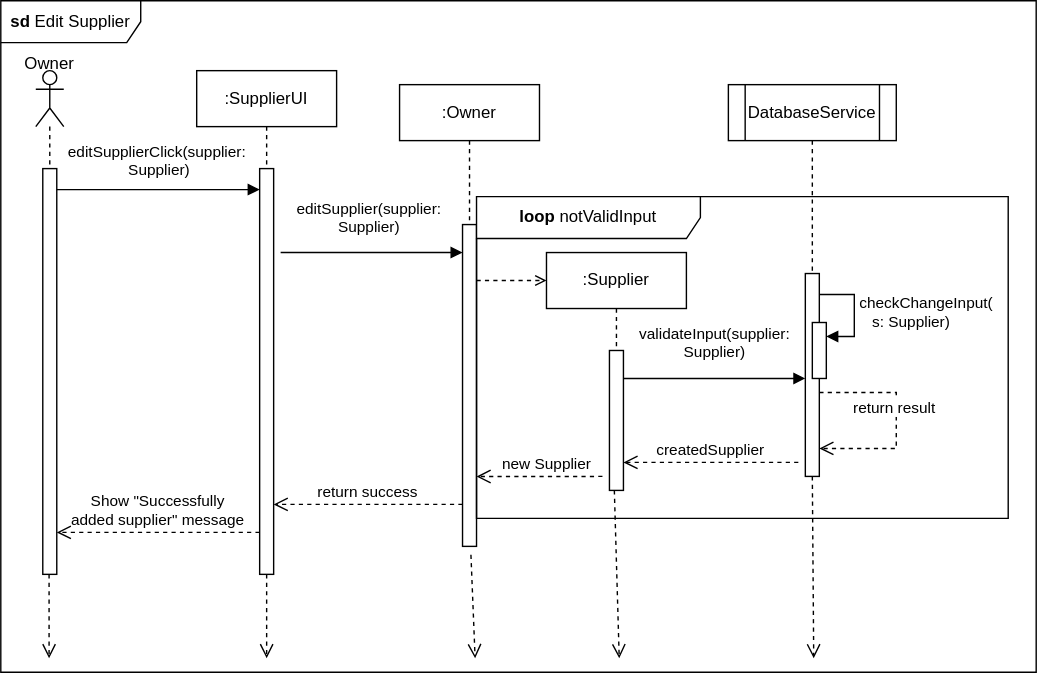
Earlier version of the draw.io export edit_sup.svg (Simamkele88/IFM3_GP). Source tidied: cells renumbered, new cells last; positions are measured from the earlier drawing's top-left corner, leaving out a move shared by most shapes.
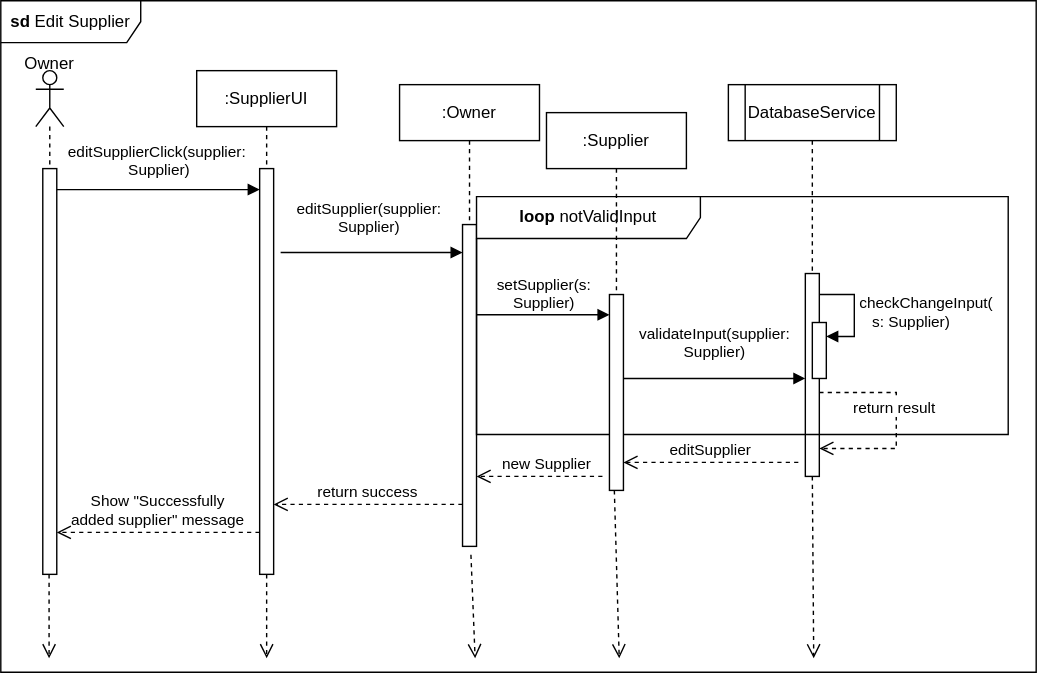
The same file after the commit.

Change to the diagram source:
```diff
@@ -61,9 +61,9 @@
       <mxGeometry x="5" y="30" width="60" height="30" as="geometry" />
     </mxCell>
     <mxCell id="17" value="&lt;b&gt;loop&lt;/b&gt; notValidInput" style="shape=umlFrame;whiteSpace=wrap;html=1;width=160;" parent="1" vertex="1">
-      <mxGeometry x="340" y="140" width="380" height="230" as="geometry" />
+      <mxGeometry x="340" y="140" width="380" height="170" as="geometry" />
     </mxCell>
-    <mxCell id="18" value="createdSupplier" style="html=1;verticalAlign=bottom;endArrow=open;dashed=1;endSize=8;curved=0;rounded=0;" parent="17" edge="1" target="27">
+    <mxCell id="18" value="editSupplier" style="html=1;verticalAlign=bottom;endArrow=open;dashed=1;endSize=8;curved=0;rounded=0;" parent="17" edge="1" target="27">
       <mxGeometry relative="1" as="geometry">
         <mxPoint x="230" y="190" as="sourcePoint" />
       </mxGeometry>
@@ -74,7 +74,7 @@
         <mxPoint x="241" y="330" as="targetPoint" />
       </mxGeometry>
     </mxCell>
-    <mxCell id="20" value="new Supplier" style="html=1;verticalAlign=bottom;endArrow=open;dashed=1;endSize=8;curved=0;rounded=0;entryX=0;entryY=0.87;entryDx=0;entryDy=0;entryPerimeter=0;" parent="17" edge="1" target="17">
+    <mxCell id="20" value="new Supplier" style="html=1;verticalAlign=bottom;endArrow=open;dashed=1;endSize=8;curved=0;rounded=0;" parent="17" edge="1" target="9">
       <mxGeometry x="-0.11" relative="1" as="geometry">
         <mxPoint x="90" y="200" as="sourcePoint" />
       </mxGeometry>
@@ -103,16 +103,10 @@
       </mxGeometry>
     </mxCell>
     <mxCell id="25" value=":Supplier" style="shape=umlLifeline;perimeter=lifelinePerimeter;whiteSpace=wrap;html=1;newEdgeStyle={&quot;curved&quot;:0,&quot;rounded&quot;:0};" parent="1" vertex="1">
-      <mxGeometry x="390" y="180" width="100" height="70" as="geometry" />
+      <mxGeometry x="390" y="80" width="100" height="170" as="geometry" />
     </mxCell>
-    <mxCell id="26" style="html=1;verticalAlign=bottom;labelBackgroundColor=none;endArrow=open;endFill=0;dashed=1;rounded=0;" parent="1" edge="1">
-      <mxGeometry relative="1" as="geometry">
-        <mxPoint x="340" y="200" as="sourcePoint" />
-        <mxPoint x="390" y="200" as="targetPoint" />
-      </mxGeometry>
-    </mxCell>
     <mxCell id="27" style="html=1;points=[[0,0,0,0,5],[0,1,0,0,-5],[1,0,0,0,5],[1,1,0,0,-5]];perimeter=orthogonalPerimeter;outlineConnect=0;targetShapes=umlLifeline;portConstraint=eastwest;newEdgeStyle={&quot;curved&quot;:0,&quot;rounded&quot;:0};" parent="1" vertex="1">
-      <mxGeometry x="435" y="250" width="10" height="100" as="geometry" />
+      <mxGeometry x="435" y="210" width="10" height="140" as="geometry" />
     </mxCell>
     <mxCell id="28" value="editSupplier(supplier:&lt;div&gt;Supplier)&lt;/div&gt;" style="html=1;verticalAlign=bottom;endArrow=block;curved=0;rounded=0;" parent="1" edge="1">
       <mxGeometry x="-0.04" y="10" relative="1" as="geometry">
@@ -138,5 +132,10 @@
         <mxPoint x="34.5" y="470" as="targetPoint" />
       </mxGeometry>
     </mxCell>
+    <mxCell id="32" value="setSupplier(s:&lt;div&gt;Supplier)&lt;/div&gt;" style="html=1;verticalAlign=bottom;endArrow=block;curved=0;rounded=0;" parent="1" edge="1" target="27">
+      <mxGeometry relative="1" as="geometry">
+        <mxPoint x="340" y="224.5" as="sourcePoint" />
+      </mxGeometry>
+    </mxCell>
   </root>
 </mxGraphModel>
```
